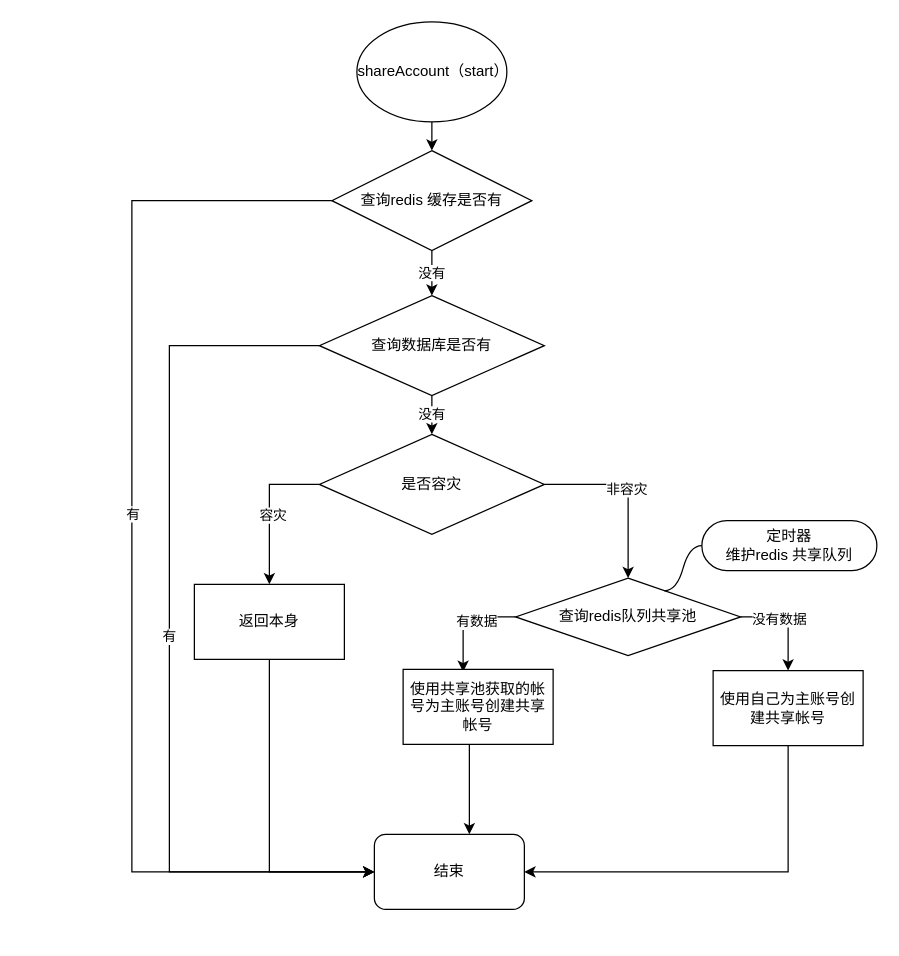
This is shareAccount.drawio from WhoIsSmile/picture, a draw.io file, before an edit. Source tidied: cells renumbered, new cells numbered last; positions are measured from the earlier drawing's top-left corner, leaving out a move shared by most shapes. Both pictures are drawn from the tidied source at 125%, with x=0, y=0 at pixel (131, 21).
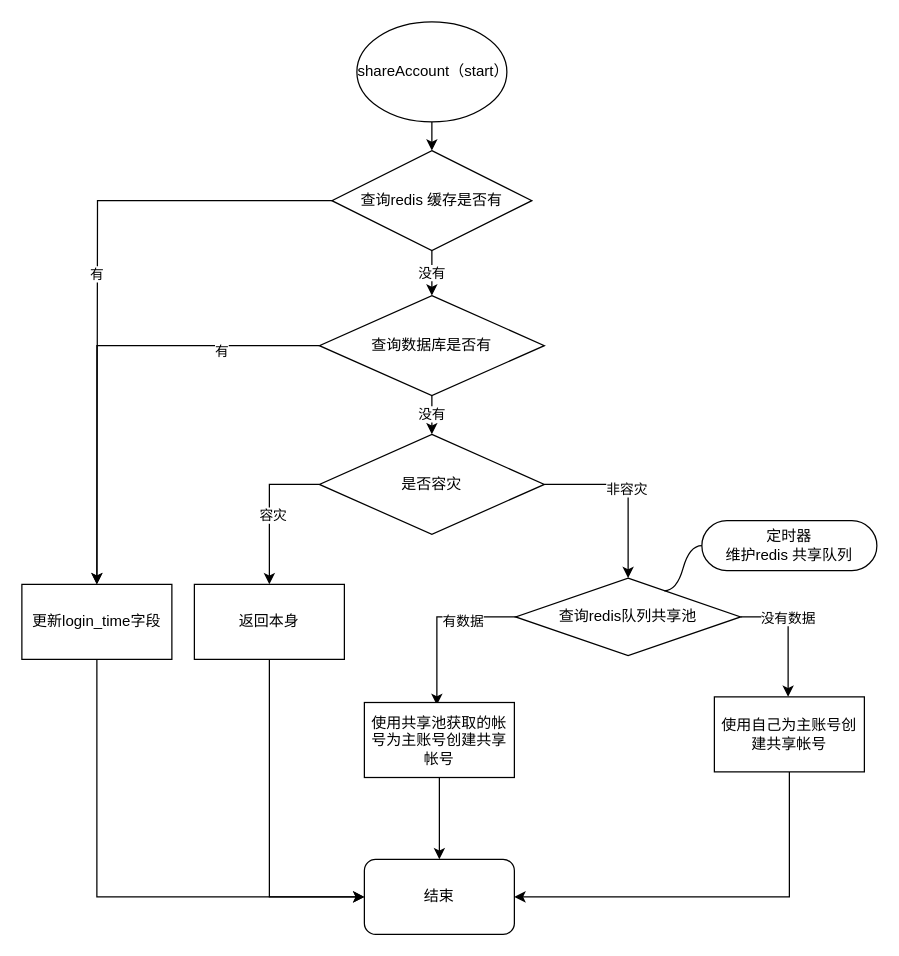
After the change.

The change refers to these unchanged cells:
```xml
<mxCell id="11" value="查询数据库是否有" style="rhombus;whiteSpace=wrap;html=1;" parent="1" vertex="1">
  <mxGeometry x="150" y="219" width="180" height="80" as="geometry" />
</mxCell>
<mxCell id="24" value="是否容灾" style="rhombus;whiteSpace=wrap;html=1;" parent="1" vertex="1">
  <mxGeometry x="150" y="330" width="180" height="80" as="geometry" />
</mxCell>
<mxCell id="25" value="查询redis队列共享池" style="rhombus;whiteSpace=wrap;html=1;" parent="1" vertex="1">
  <mxGeometry x="307" y="445" width="180" height="62" as="geometry" />
</mxCell>
<mxCell id="27" value="返回本身" style="rounded=0;whiteSpace=wrap;html=1;" parent="1" vertex="1">
  <mxGeometry x="50" y="450" width="120" height="60" as="geometry" />
</mxCell>
```

Change to the diagram source:
```diff
@@
-    <mxCell id="5" style="edgeStyle=orthogonalEdgeStyle;rounded=0;jettySize=auto;html=1;entryX=0;entryY=0.5;entryDx=0;entryDy=0;" parent="1" edge="1" source="7" target="8">
-      <mxGeometry relative="1" as="geometry">
-        <Array as="points">
-          <mxPoint y="143" />
-          <mxPoint y="680" />
-        </Array>
-      </mxGeometry>
-    </mxCell>
+    <mxCell id="9" value="有" style="edgeStyle=orthogonalEdgeStyle;rounded=0;jettySize=auto;html=1;entryX=0.5;entryY=0;entryDx=0;entryDy=0;" parent="1" edge="1" source="7">
+      <mxGeometry relative="1" as="geometry">
+        <mxPoint x="-28" y="450" as="targetPoint" />
+      </mxGeometry>
+    </mxCell>
+    <mxCell id="7" value="查询redis 缓存是否有" style="rhombus;whiteSpace=wrap;html=1;" parent="1" vertex="1">
+      <mxGeometry x="160" y="103" width="160" height="80" as="geometry" />
+    </mxCell>
+    <mxCell id="10" value="没有" style="edgeStyle=orthogonalEdgeStyle;rounded=0;jettySize=auto;html=1;" parent="1" edge="1" source="11" target="24">
+      <mxGeometry relative="1" as="geometry" />
+    </mxCell>
+    <mxCell id="30" style="edgeStyle=orthogonalEdgeStyle;rounded=0;jettySize=auto;html=1;entryX=0.5;entryY=0;entryDx=0;entryDy=0;" parent="1" edge="1" source="11">
+      <mxGeometry relative="1" as="geometry">
+        <mxPoint x="-28" y="450" as="targetPoint" />
+        <Array as="points">
+          <mxPoint x="-28" y="259" />
+        </Array>
+      </mxGeometry>
+    </mxCell>
-    <mxCell id="6" value="有" style="edgeLabel;html=1;align=center;verticalAlign=middle;" parent="5" vertex="1">
-      <mxGeometry x="-0.08" relative="1" as="geometry" />
+    <mxCell id="6" value="有" style="edgeLabel;html=1;align=center;verticalAlign=middle;" parent="30" vertex="1">
+      <mxGeometry x="-0.57" y="4" relative="1" as="geometry" />
     </mxCell>
-    <mxCell id="7" value="查询redis 缓存是否有" style="rhombus;whiteSpace=wrap;html=1;" parent="1" vertex="1">
-      <mxGeometry x="160" y="103" width="160" height="80" as="geometry" />
-    </mxCell>
-    <mxCell id="8" value="结束" style="rounded=1;whiteSpace=wrap;html=1;" parent="1" vertex="1">
-      <mxGeometry x="194" y="650" width="120" height="60" as="geometry" />
-    </mxCell>
-    <mxCell id="9" value="有" style="edgeStyle=orthogonalEdgeStyle;rounded=0;jettySize=auto;html=1;entryX=0;entryY=0.5;entryDx=0;entryDy=0;" parent="1" edge="1" source="11" target="8">
-      <mxGeometry relative="1" as="geometry">
-        <Array as="points">
-          <mxPoint x="30" y="259" />
-          <mxPoint x="30" y="680" />
-        </Array>
-      </mxGeometry>
-    </mxCell>
-    <mxCell id="10" value="没有" style="edgeStyle=orthogonalEdgeStyle;rounded=0;jettySize=auto;html=1;" parent="1" edge="1" source="11" target="24">
-      <mxGeometry relative="1" as="geometry" />
-    </mxCell>
@@
-    <mxCell id="14" style="edgeStyle=orthogonalEdgeStyle;rounded=0;jettySize=auto;html=1;entryX=0.4;entryY=0.033;entryDx=0;entryDy=0;entryPerimeter=0;exitX=0;exitY=0.5;exitDx=0;exitDy=0;" parent="1" edge="1" source="25" target="19">
+    <mxCell id="14" style="edgeStyle=orthogonalEdgeStyle;rounded=0;orthogonalLoop=1;jettySize=auto;html=1;entryX=0.4;entryY=0.033;entryDx=0;entryDy=0;entryPerimeter=0;exitX=0;exitY=0.5;exitDx=0;exitDy=0;" parent="1" edge="1">
       <mxGeometry relative="1" as="geometry">
+        <mxPoint x="317" y="476" as="sourcePoint" />
+        <mxPoint x="244" y="546.5" as="targetPoint" />
         <Array as="points">
-          <mxPoint x="265" y="476" />
+          <mxPoint x="244" y="476" />
         </Array>
       </mxGeometry>
     </mxCell>
@@
-    <mxCell id="16" style="edgeStyle=orthogonalEdgeStyle;rounded=0;jettySize=auto;html=1;entryX=1;entryY=0.5;entryDx=0;entryDy=0;" parent="1" edge="1" source="17" target="8">
-      <mxGeometry relative="1" as="geometry">
-        <Array as="points">
-          <mxPoint x="525" y="680" />
-        </Array>
-      </mxGeometry>
+    <mxCell id="16" style="edgeStyle=orthogonalEdgeStyle;rounded=0;jettySize=auto;html=1;entryX=1;entryY=0.5;entryDx=0;entryDy=0;exitX=0.5;exitY=1;exitDx=0;exitDy=0;" parent="1" edge="1" source="17" target="8">
+      <mxGeometry relative="1" as="geometry" />
     </mxCell>
     <mxCell id="17" value="使用自己为主账号创建共享帐号" style="whiteSpace=wrap;html=1;" parent="1" vertex="1">
-      <mxGeometry x="465" y="519" width="120" height="60" as="geometry" />
+      <mxGeometry x="466" y="540" width="120" height="60" as="geometry" />
     </mxCell>
     <mxCell id="18" style="edgeStyle=orthogonalEdgeStyle;rounded=0;jettySize=auto;html=1;" parent="1" edge="1" source="19" target="8">
-      <mxGeometry relative="1" as="geometry">
-        <Array as="points">
-          <mxPoint x="270" y="600" />
-          <mxPoint x="270" y="600" />
-        </Array>
-      </mxGeometry>
+      <mxGeometry relative="1" as="geometry" />
     </mxCell>
     <mxCell id="19" value="使用共享池获取的帐号为主账号创建共享帐号" style="whiteSpace=wrap;html=1;" parent="1" vertex="1">
-      <mxGeometry x="217" y="518" width="120" height="60" as="geometry" />
+      <mxGeometry x="186" y="544.5" width="120" height="60" as="geometry" />
     </mxCell>
@@
     <mxCell id="26" style="edgeStyle=orthogonalEdgeStyle;rounded=0;jettySize=auto;html=1;entryX=0;entryY=0.5;entryDx=0;entryDy=0;" parent="1" edge="1" source="27" target="8">
       <mxGeometry relative="1" as="geometry">
         <Array as="points">
-          <mxPoint x="110" y="680" />
+          <mxPoint x="110" y="700" />
         </Array>
       </mxGeometry>
     </mxCell>
@@
+    <mxCell id="8" value="结束" style="rounded=1;whiteSpace=wrap;html=1;" parent="1" vertex="1">
+      <mxGeometry x="186" y="670" width="120" height="60" as="geometry" />
+    </mxCell>
+    <mxCell id="31" style="edgeStyle=orthogonalEdgeStyle;rounded=0;jettySize=auto;html=1;entryX=0;entryY=0.5;entryDx=0;entryDy=0;exitX=0.5;exitY=1;exitDx=0;exitDy=0;" parent="1" edge="1" source="32" target="8">
+      <mxGeometry relative="1" as="geometry" />
+    </mxCell>
+    <mxCell id="32" value="&lt;span&gt;更新login_time字段&lt;/span&gt;" style="rounded=0;whiteSpace=wrap;html=1;" parent="1" vertex="1">
+      <mxGeometry x="-88" y="450" width="120" height="60" as="geometry" />
+    </mxCell>
```
